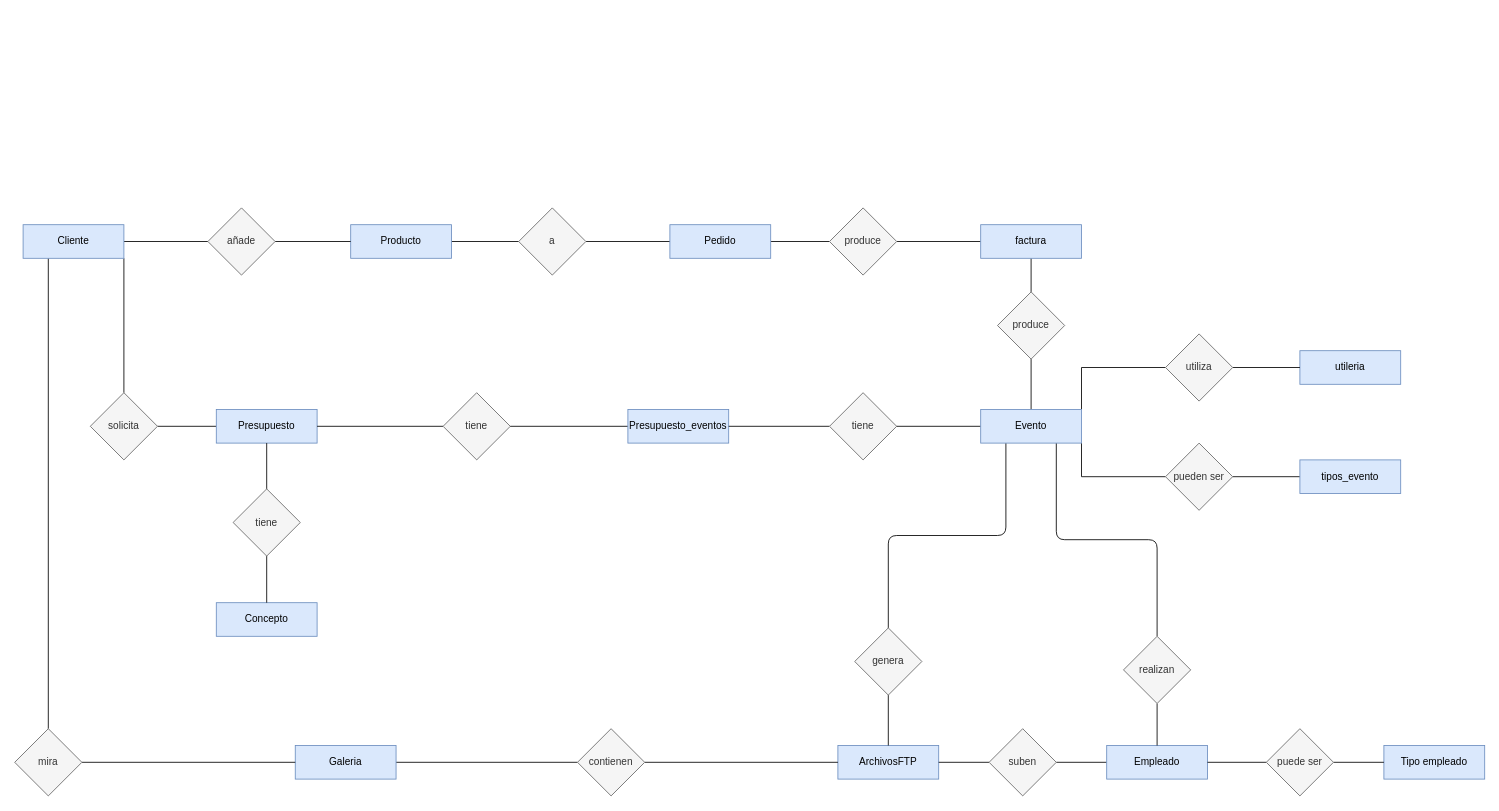
This is Estudio_fotografico(ER).drawio from IvanDanielCaballero/Estudio_fotografico, a draw.io file, before an edit. Source tidied: cells renumbered, new cells numbered last; positions are measured from the earlier drawing's top-left corner, leaving out a move shared by most shapes. Both pictures are drawn from the tidied source at 84%, with x=0, y=0 at pixel (14, 207).
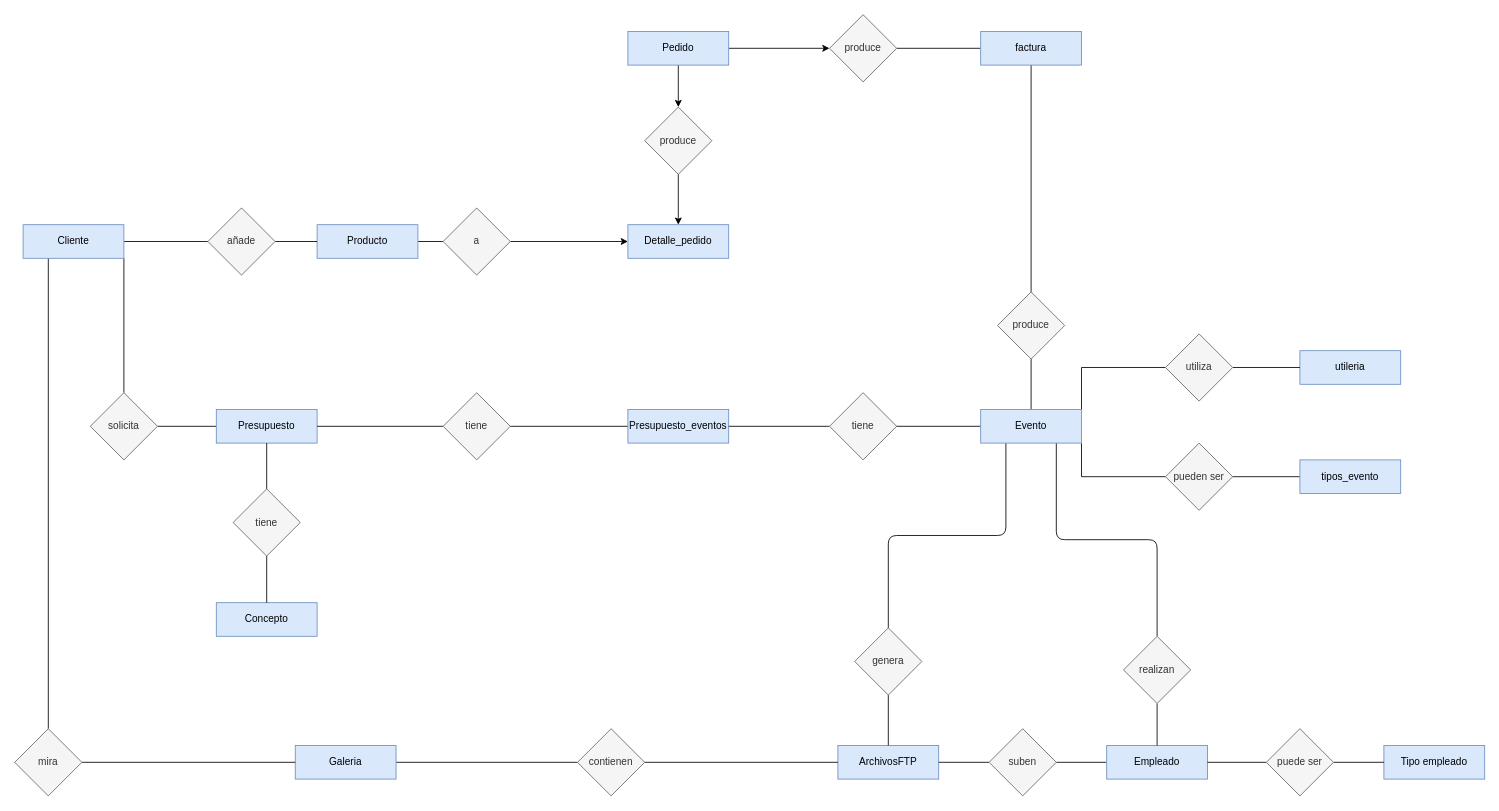
The same page after the edit.

What changed in the source:
```diff
@@
     <mxCell id="7" value="Producto" style="rounded=0;whiteSpace=wrap;html=1;fontSize=12;glass=0;strokeWidth=1;shadow=0;fillColor=#dae8fc;strokeColor=#6c8ebf;" parent="1" vertex="1">
-      <mxGeometry x="400" y="20" width="120" height="40" as="geometry" />
+      <mxGeometry x="360" y="20" width="120" height="40" as="geometry" />
     </mxCell>
@@
-    <mxCell id="19" style="edgeStyle=orthogonalEdgeStyle;rounded=0;jettySize=auto;html=1;exitX=1;exitY=0.5;exitDx=0;exitDy=0;entryX=0;entryY=0.5;entryDx=0;entryDy=0;endArrow=none;endFill=0;" parent="1" edge="1" source="20" target="22">
-      <mxGeometry relative="1" as="geometry" />
-    </mxCell>
+    <mxCell id="64" style="edgeStyle=orthogonalEdgeStyle;rounded=0;jettySize=auto;html=1;exitX=1;exitY=0.5;exitDx=0;exitDy=0;entryX=0;entryY=0.5;entryDx=0;entryDy=0;" parent="1" edge="1" source="20" target="66">
+      <mxGeometry relative="1" as="geometry" />
+    </mxCell>
     <mxCell id="20" value="&lt;div&gt;a&lt;/div&gt;" style="rhombus;whiteSpace=wrap;html=1;rounded=0;fillColor=#f5f5f5;fontColor=#333333;strokeColor=#666666;" parent="1" vertex="1">
-      <mxGeometry x="600" width="80" height="80" as="geometry" />
+      <mxGeometry x="510" width="80" height="80" as="geometry" />
     </mxCell>
+    <mxCell id="65" style="edgeStyle=orthogonalEdgeStyle;rounded=0;jettySize=auto;html=1;exitX=0.5;exitY=1;exitDx=0;exitDy=0;entryX=0.5;entryY=0;entryDx=0;entryDy=0;" parent="1" edge="1" source="22" target="68">
+      <mxGeometry relative="1" as="geometry" />
+    </mxCell>
-    <mxCell id="21" style="edgeStyle=orthogonalEdgeStyle;rounded=0;jettySize=auto;html=1;exitX=1;exitY=0.5;exitDx=0;exitDy=0;endArrow=none;endFill=0;" parent="1" edge="1" source="22" target="24">
+    <mxCell id="21" style="edgeStyle=orthogonalEdgeStyle;rounded=0;jettySize=auto;html=1;exitX=1;exitY=0.5;exitDx=0;exitDy=0;entryX=0;entryY=0.5;entryDx=0;entryDy=0;" parent="1" edge="1" source="22" target="24">
       <mxGeometry relative="1" as="geometry" />
     </mxCell>
     <mxCell id="22" value="Pedido" style="rounded=0;whiteSpace=wrap;html=1;fontSize=12;glass=0;strokeWidth=1;shadow=0;fillColor=#dae8fc;strokeColor=#6c8ebf;" parent="1" vertex="1">
-      <mxGeometry x="780" y="20" width="120" height="40" as="geometry" />
+      <mxGeometry x="730" y="-210" width="120" height="40" as="geometry" />
     </mxCell>
@@
     <mxCell id="24" value="produce" style="rhombus;whiteSpace=wrap;html=1;rounded=0;fillColor=#f5f5f5;fontColor=#333333;strokeColor=#666666;" parent="1" vertex="1">
-      <mxGeometry x="970" width="80" height="80" as="geometry" />
+      <mxGeometry x="970" y="-230" width="80" height="80" as="geometry" />
     </mxCell>
@@
     <mxCell id="26" value="factura" style="rounded=0;whiteSpace=wrap;html=1;fontSize=12;glass=0;strokeWidth=1;shadow=0;fillColor=#dae8fc;strokeColor=#6c8ebf;" parent="1" vertex="1">
-      <mxGeometry x="1150" y="20" width="120" height="40" as="geometry" />
+      <mxGeometry x="1150" y="-210" width="120" height="40" as="geometry" />
     </mxCell>
@@
+    <mxCell id="66" value="Detalle_pedido" style="rounded=0;whiteSpace=wrap;html=1;fontSize=12;glass=0;strokeWidth=1;shadow=0;fillColor=#dae8fc;strokeColor=#6c8ebf;" parent="1" vertex="1">
+      <mxGeometry x="730" y="20" width="120" height="40" as="geometry" />
+    </mxCell>
+    <mxCell id="67" style="edgeStyle=orthogonalEdgeStyle;rounded=0;jettySize=auto;html=1;exitX=0.5;exitY=1;exitDx=0;exitDy=0;entryX=0.5;entryY=0;entryDx=0;entryDy=0;" parent="1" edge="1" source="68" target="66">
+      <mxGeometry relative="1" as="geometry" />
+    </mxCell>
+    <mxCell id="68" value="produce" style="rhombus;whiteSpace=wrap;html=1;rounded=0;fillColor=#f5f5f5;fontColor=#333333;strokeColor=#666666;" parent="1" vertex="1">
+      <mxGeometry x="750" y="-120" width="80" height="80" as="geometry" />
+    </mxCell>
```
